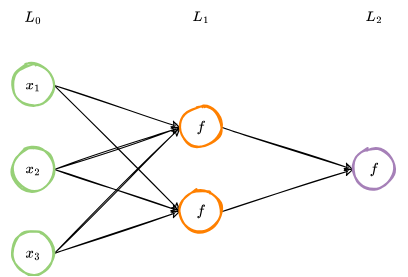
Above: hw3/assets/hw3-3-mlp-shape.svg in interro-potato/ml-homeworks (draw.io), before the change. Source tidied: cells renumbered, new cells last; positions are measured from the earlier drawing's top-left corner, leaving out a move shared by most shapes. Its diagram source:
```xml
<mxGraphModel math="1">
  <root>
    <mxCell id="0" />
    <mxCell id="1" parent="0" />
    <mxCell id="2" style="edgeStyle=none;rounded=0;sketch=1;jettySize=auto;html=1;exitX=1;exitY=0.5;exitDx=0;exitDy=0;entryX=0;entryY=0.5;entryDx=0;entryDy=0;endArrow=classic;endFill=1;" parent="1" edge="1" source="4" target="12">
      <mxGeometry relative="1" as="geometry" />
    </mxCell>
    <mxCell id="3" style="edgeStyle=none;rounded=0;sketch=1;jettySize=auto;html=1;exitX=1;exitY=0.5;exitDx=0;exitDy=0;entryX=0;entryY=0.5;entryDx=0;entryDy=0;endArrow=classic;endFill=1;" parent="1" edge="1" source="4" target="14">
      <mxGeometry relative="1" as="geometry" />
    </mxCell>
    <mxCell id="4" value="$$x_1$$" style="ellipse;whiteSpace=wrap;html=1;fillColor=none;sketch=1;strokeWidth=2;strokeColor=#97D077;" parent="1" vertex="1">
      <mxGeometry x="10" y="60" width="40" height="40" as="geometry" />
    </mxCell>
    <mxCell id="5" style="edgeStyle=none;rounded=0;sketch=1;jettySize=auto;html=1;exitX=1;exitY=0.5;exitDx=0;exitDy=0;entryX=0;entryY=0.5;entryDx=0;entryDy=0;endArrow=classic;endFill=1;" parent="1" edge="1" source="7" target="14">
      <mxGeometry relative="1" as="geometry" />
    </mxCell>
    <mxCell id="6" style="edgeStyle=none;rounded=0;sketch=1;jettySize=auto;html=1;exitX=1;exitY=0.5;exitDx=0;exitDy=0;entryX=0;entryY=0.5;entryDx=0;entryDy=0;endArrow=classic;endFill=1;" parent="1" edge="1" source="7" target="12">
      <mxGeometry relative="1" as="geometry" />
    </mxCell>
    <mxCell id="7" value="$$x_2$$" style="ellipse;whiteSpace=wrap;html=1;fillColor=none;sketch=1;strokeWidth=2;strokeColor=#97D077;" parent="1" vertex="1">
      <mxGeometry x="10" y="140" width="40" height="40" as="geometry" />
    </mxCell>
    <mxCell id="8" style="rounded=0;jettySize=auto;html=1;exitX=1;exitY=0.5;exitDx=0;exitDy=0;entryX=0;entryY=0.5;entryDx=0;entryDy=0;sketch=1;endArrow=classic;endFill=1;" parent="1" edge="1" source="10" target="14">
      <mxGeometry relative="1" as="geometry" />
    </mxCell>
    <mxCell id="9" style="edgeStyle=none;rounded=0;sketch=1;jettySize=auto;html=1;exitX=1;exitY=0.5;exitDx=0;exitDy=0;entryX=0;entryY=0.5;entryDx=0;entryDy=0;endArrow=classic;endFill=1;" parent="1" edge="1" source="10" target="12">
      <mxGeometry relative="1" as="geometry" />
    </mxCell>
    <mxCell id="10" value="$$x_3$$" style="ellipse;whiteSpace=wrap;html=1;fillColor=none;sketch=1;strokeWidth=2;strokeColor=#97D077;" parent="1" vertex="1">
      <mxGeometry x="10" y="220" width="40" height="40" as="geometry" />
    </mxCell>
    <mxCell id="11" style="edgeStyle=none;rounded=0;sketch=1;jettySize=auto;html=1;exitX=1;exitY=0.5;exitDx=0;exitDy=0;entryX=0;entryY=0.5;entryDx=0;entryDy=0;endArrow=classic;endFill=1;" parent="1" edge="1" source="12" target="15">
      <mxGeometry relative="1" as="geometry" />
    </mxCell>
    <mxCell id="12" value="$$f$$" style="ellipse;whiteSpace=wrap;html=1;fillColor=none;sketch=1;strokeWidth=2;strokeColor=#FF8000;" parent="1" vertex="1">
      <mxGeometry x="170" y="100" width="40" height="40" as="geometry" />
    </mxCell>
    <mxCell id="13" style="edgeStyle=none;rounded=0;sketch=1;jettySize=auto;html=1;exitX=1;exitY=0.5;exitDx=0;exitDy=0;entryX=0;entryY=0.5;entryDx=0;entryDy=0;endArrow=classic;endFill=1;" parent="1" edge="1" source="14" target="15">
      <mxGeometry relative="1" as="geometry" />
    </mxCell>
    <mxCell id="14" value="$$f$$" style="ellipse;whiteSpace=wrap;html=1;fillColor=none;sketch=1;strokeWidth=2;strokeColor=#FF8000;" parent="1" vertex="1">
      <mxGeometry x="170" y="180" width="40" height="40" as="geometry" />
    </mxCell>
    <mxCell id="15" value="$$f$$" style="ellipse;whiteSpace=wrap;html=1;fillColor=none;sketch=1;strokeWidth=2;strokeColor=#A680B8;" parent="1" vertex="1">
      <mxGeometry x="335" y="140" width="40" height="40" as="geometry" />
    </mxCell>
    <mxCell id="16" value="$$L_0$$" style="text;html=1;strokeColor=none;fillColor=none;align=center;verticalAlign=middle;whiteSpace=wrap;rounded=0;sketch=1;strokeWidth=2;" parent="1" vertex="1">
      <mxGeometry width="60" height="30" as="geometry" />
    </mxCell>
    <mxCell id="17" value="$$L_1$$" style="text;html=1;strokeColor=none;fillColor=none;align=center;verticalAlign=middle;whiteSpace=wrap;rounded=0;sketch=1;strokeWidth=2;" parent="1" vertex="1">
      <mxGeometry x="160" width="60" height="30" as="geometry" />
    </mxCell>
    <mxCell id="18" value="$$L_2$$" style="text;html=1;strokeColor=none;fillColor=none;align=center;verticalAlign=middle;whiteSpace=wrap;rounded=0;sketch=1;strokeWidth=2;" parent="1" vertex="1">
      <mxGeometry x="325" width="60" height="30" as="geometry" />
    </mxCell>
  </root>
</mxGraphModel>
```
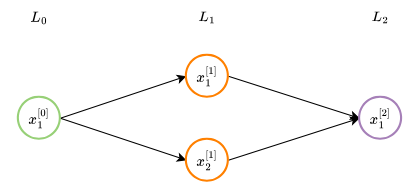
After the change.

The edit, as a diff of the source:
```diff
@@ -2,56 +2,38 @@
   <root>
     <mxCell id="0" />
     <mxCell id="1" parent="0" />
-    <mxCell id="2" style="edgeStyle=none;rounded=0;sketch=1;jettySize=auto;html=1;exitX=1;exitY=0.5;exitDx=0;exitDy=0;entryX=0;entryY=0.5;entryDx=0;entryDy=0;endArrow=classic;endFill=1;" parent="1" edge="1" source="4" target="12">
-      <mxGeometry relative="1" as="geometry" />
-    </mxCell>
-    <mxCell id="3" style="edgeStyle=none;rounded=0;sketch=1;jettySize=auto;html=1;exitX=1;exitY=0.5;exitDx=0;exitDy=0;entryX=0;entryY=0.5;entryDx=0;entryDy=0;endArrow=classic;endFill=1;" parent="1" edge="1" source="4" target="14">
-      <mxGeometry relative="1" as="geometry" />
-    </mxCell>
-    <mxCell id="4" value="$$x_1$$" style="ellipse;whiteSpace=wrap;html=1;fillColor=none;sketch=1;strokeWidth=2;strokeColor=#97D077;" parent="1" vertex="1">
-      <mxGeometry x="10" y="60" width="40" height="40" as="geometry" />
-    </mxCell>
-    <mxCell id="5" style="edgeStyle=none;rounded=0;sketch=1;jettySize=auto;html=1;exitX=1;exitY=0.5;exitDx=0;exitDy=0;entryX=0;entryY=0.5;entryDx=0;entryDy=0;endArrow=classic;endFill=1;" parent="1" edge="1" source="7" target="14">
+    <mxCell id="5" style="edgeStyle=none;rounded=0;sketch=0;jettySize=auto;html=1;exitX=1;exitY=0.5;exitDx=0;exitDy=0;entryX=0;entryY=0.5;entryDx=0;entryDy=0;endArrow=classic;endFill=1;" parent="1" edge="1" source="7" target="14">
       <mxGeometry relative="1" as="geometry" />
     </mxCell>
-    <mxCell id="6" style="edgeStyle=none;rounded=0;sketch=1;jettySize=auto;html=1;exitX=1;exitY=0.5;exitDx=0;exitDy=0;entryX=0;entryY=0.5;entryDx=0;entryDy=0;endArrow=classic;endFill=1;" parent="1" edge="1" source="7" target="12">
+    <mxCell id="6" style="edgeStyle=none;rounded=0;sketch=0;jettySize=auto;html=1;exitX=1;exitY=0.5;exitDx=0;exitDy=0;entryX=0;entryY=0.5;entryDx=0;entryDy=0;endArrow=classic;endFill=1;" parent="1" edge="1" source="7" target="12">
       <mxGeometry relative="1" as="geometry" />
     </mxCell>
-    <mxCell id="7" value="$$x_2$$" style="ellipse;whiteSpace=wrap;html=1;fillColor=none;sketch=1;strokeWidth=2;strokeColor=#97D077;" parent="1" vertex="1">
+    <mxCell id="7" value="$$x^{[0]}_1$$" style="ellipse;whiteSpace=wrap;html=1;fillColor=none;sketch=0;strokeWidth=2;strokeColor=#97D077;" parent="1" vertex="1">
       <mxGeometry x="10" y="140" width="40" height="40" as="geometry" />
     </mxCell>
-    <mxCell id="8" style="rounded=0;jettySize=auto;html=1;exitX=1;exitY=0.5;exitDx=0;exitDy=0;entryX=0;entryY=0.5;entryDx=0;entryDy=0;sketch=1;endArrow=classic;endFill=1;" parent="1" edge="1" source="10" target="14">
-      <mxGeometry relative="1" as="geometry" />
-    </mxCell>
-    <mxCell id="9" style="edgeStyle=none;rounded=0;sketch=1;jettySize=auto;html=1;exitX=1;exitY=0.5;exitDx=0;exitDy=0;entryX=0;entryY=0.5;entryDx=0;entryDy=0;endArrow=classic;endFill=1;" parent="1" edge="1" source="10" target="12">
-      <mxGeometry relative="1" as="geometry" />
-    </mxCell>
-    <mxCell id="10" value="$$x_3$$" style="ellipse;whiteSpace=wrap;html=1;fillColor=none;sketch=1;strokeWidth=2;strokeColor=#97D077;" parent="1" vertex="1">
-      <mxGeometry x="10" y="220" width="40" height="40" as="geometry" />
-    </mxCell>
-    <mxCell id="11" style="edgeStyle=none;rounded=0;sketch=1;jettySize=auto;html=1;exitX=1;exitY=0.5;exitDx=0;exitDy=0;entryX=0;entryY=0.5;entryDx=0;entryDy=0;endArrow=classic;endFill=1;" parent="1" edge="1" source="12" target="15">
+    <mxCell id="11" style="edgeStyle=none;rounded=0;sketch=0;jettySize=auto;html=1;exitX=1;exitY=0.5;exitDx=0;exitDy=0;entryX=0;entryY=0.5;entryDx=0;entryDy=0;endArrow=classic;endFill=1;" parent="1" edge="1" source="12" target="15">
       <mxGeometry relative="1" as="geometry" />
     </mxCell>
-    <mxCell id="12" value="$$f$$" style="ellipse;whiteSpace=wrap;html=1;fillColor=none;sketch=1;strokeWidth=2;strokeColor=#FF8000;" parent="1" vertex="1">
+    <mxCell id="12" value="$$x^{[1]}_1$$" style="ellipse;whiteSpace=wrap;html=1;fillColor=none;sketch=0;strokeWidth=2;strokeColor=#FF8000;" parent="1" vertex="1">
       <mxGeometry x="170" y="100" width="40" height="40" as="geometry" />
     </mxCell>
-    <mxCell id="13" style="edgeStyle=none;rounded=0;sketch=1;jettySize=auto;html=1;exitX=1;exitY=0.5;exitDx=0;exitDy=0;entryX=0;entryY=0.5;entryDx=0;entryDy=0;endArrow=classic;endFill=1;" parent="1" edge="1" source="14" target="15">
+    <mxCell id="13" style="edgeStyle=none;rounded=0;sketch=0;jettySize=auto;html=1;exitX=1;exitY=0.5;exitDx=0;exitDy=0;entryX=0;entryY=0.5;entryDx=0;entryDy=0;endArrow=classic;endFill=1;" parent="1" edge="1" source="14" target="15">
       <mxGeometry relative="1" as="geometry" />
     </mxCell>
-    <mxCell id="14" value="$$f$$" style="ellipse;whiteSpace=wrap;html=1;fillColor=none;sketch=1;strokeWidth=2;strokeColor=#FF8000;" parent="1" vertex="1">
+    <mxCell id="14" value="$$x^{[1]}_2$$" style="ellipse;whiteSpace=wrap;html=1;fillColor=none;sketch=0;strokeWidth=2;strokeColor=#FF8000;" parent="1" vertex="1">
       <mxGeometry x="170" y="180" width="40" height="40" as="geometry" />
     </mxCell>
-    <mxCell id="15" value="$$f$$" style="ellipse;whiteSpace=wrap;html=1;fillColor=none;sketch=1;strokeWidth=2;strokeColor=#A680B8;" parent="1" vertex="1">
+    <mxCell id="15" value="$$x^{[2]}_1$$" style="ellipse;whiteSpace=wrap;html=1;fillColor=none;sketch=0;strokeWidth=2;strokeColor=#A680B8;" parent="1" vertex="1">
       <mxGeometry x="335" y="140" width="40" height="40" as="geometry" />
     </mxCell>
     <mxCell id="16" value="$$L_0$$" style="text;html=1;strokeColor=none;fillColor=none;align=center;verticalAlign=middle;whiteSpace=wrap;rounded=0;sketch=1;strokeWidth=2;" parent="1" vertex="1">
-      <mxGeometry width="60" height="30" as="geometry" />
+      <mxGeometry y="49" width="60" height="30" as="geometry" />
     </mxCell>
     <mxCell id="17" value="$$L_1$$" style="text;html=1;strokeColor=none;fillColor=none;align=center;verticalAlign=middle;whiteSpace=wrap;rounded=0;sketch=1;strokeWidth=2;" parent="1" vertex="1">
-      <mxGeometry x="160" width="60" height="30" as="geometry" />
+      <mxGeometry x="160" y="49" width="60" height="30" as="geometry" />
     </mxCell>
     <mxCell id="18" value="$$L_2$$" style="text;html=1;strokeColor=none;fillColor=none;align=center;verticalAlign=middle;whiteSpace=wrap;rounded=0;sketch=1;strokeWidth=2;" parent="1" vertex="1">
-      <mxGeometry x="325" width="60" height="30" as="geometry" />
+      <mxGeometry x="325" y="49" width="60" height="30" as="geometry" />
     </mxCell>
   </root>
 </mxGraphModel>
```
